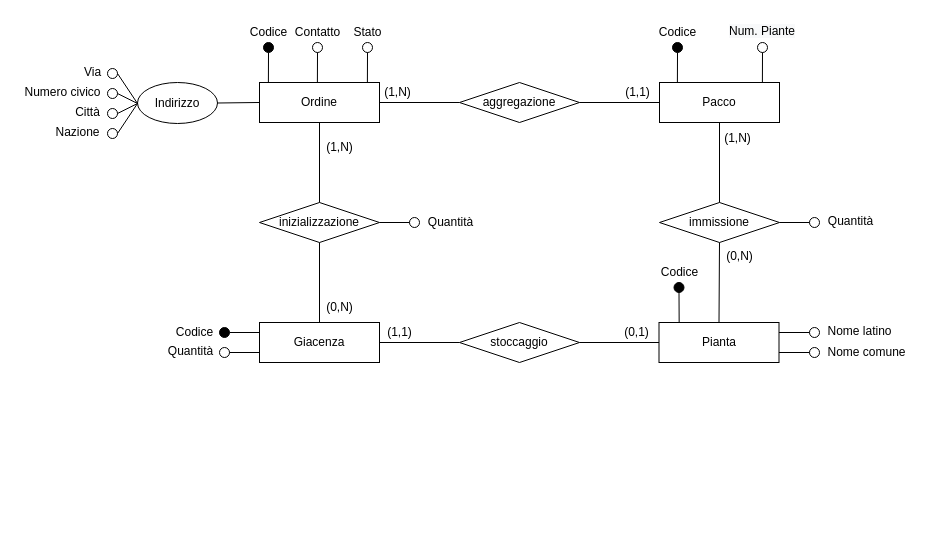
nic-agos/Verde-S.R.L keeps this draw.io diagram as ER-diagrams/ER-Ordine.drawio. Above is the earlier version. Source tidied: cells renumbered, new cells numbered last; positions are measured from the earlier drawing's top-left corner, leaving out a move shared by most shapes. Both pictures are drawn from the tidied source at 100%, with x=0, y=0 at pixel (17, 17).
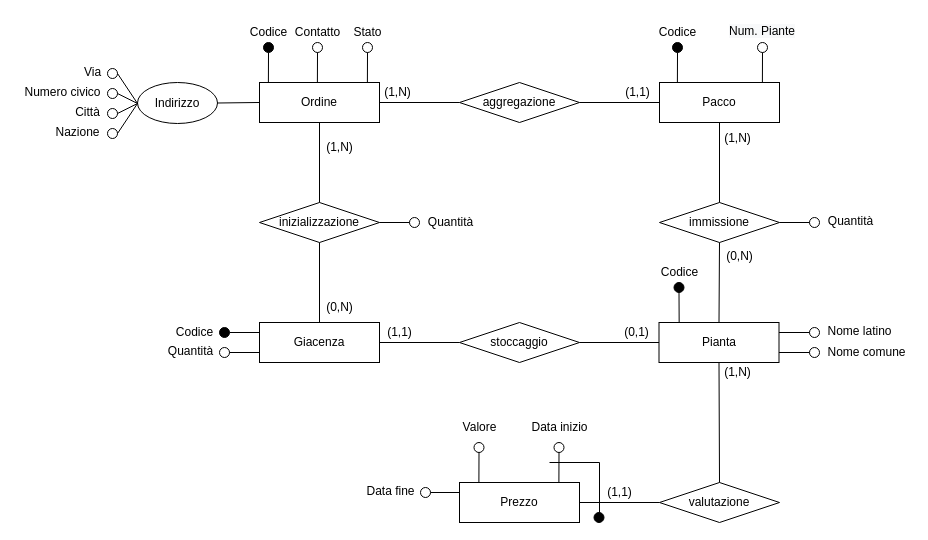
The same page after the edit.

Unchanged cells that the change refers to:
```xml
<mxCell id="60" value="Pianta" style="rounded=0;whiteSpace=wrap;html=1;strokeWidth=1;perimeterSpacing=0;" parent="1" vertex="1">
  <mxGeometry x="641.5" y="305" width="120" height="40" as="geometry" />
</mxCell>
```

Diff of the diagram source:
```diff
@@
+    <mxCell id="76" value="Prezzo" style="rounded=0;whiteSpace=wrap;html=1;strokeWidth=1;perimeterSpacing=0;" parent="1" vertex="1">
+      <mxGeometry x="442" y="465" width="120" height="40" as="geometry" />
+    </mxCell>
+    <mxCell id="77" value="valutazione" style="rhombus;whiteSpace=wrap;html=1;" parent="1" vertex="1">
+      <mxGeometry x="642" y="465" width="120" height="40" as="geometry" />
+    </mxCell>
+    <mxCell id="78" style="endArrow=none;html=1;rounded=0;entryX=1;entryY=0.5;entryDx=0;entryDy=0;exitX=0;exitY=0.5;exitDx=0;exitDy=0;" parent="1" edge="1" source="77" target="76">
+      <mxGeometry relative="1" as="geometry" />
+    </mxCell>
+    <mxCell id="79" style="endArrow=none;html=1;rounded=0;fillColor=#000000;entryX=0.166;entryY=0;entryDx=0;entryDy=0;entryPerimeter=0;exitX=0.5;exitY=1;exitDx=0;exitDy=0;" parent="1" edge="1" source="80">
+      <mxGeometry relative="1" as="geometry">
+        <mxPoint x="461.4" y="465" as="targetPoint" />
+      </mxGeometry>
+    </mxCell>
+    <mxCell id="80" style="ellipse;whiteSpace=wrap;html=1;strokeWidth=1;fillColor=none;" parent="1" vertex="1">
+      <mxGeometry x="456.5" y="425" width="10" height="10" as="geometry" />
+    </mxCell>
+    <mxCell id="81" style="endArrow=none;html=1;rounded=0;fillColor=#000000;entryX=0.166;entryY=0;entryDx=0;entryDy=0;entryPerimeter=0;exitX=0.5;exitY=1;exitDx=0;exitDy=0;" parent="1" edge="1" source="82">
+      <mxGeometry relative="1" as="geometry">
+        <mxPoint x="541.4" y="465" as="targetPoint" />
+      </mxGeometry>
+    </mxCell>
+    <mxCell id="82" style="ellipse;whiteSpace=wrap;html=1;strokeWidth=1;fillColor=none;" parent="1" vertex="1">
+      <mxGeometry x="536.5" y="425" width="10" height="10" as="geometry" />
+    </mxCell>
+    <mxCell id="83" value="Data inizio" style="text;html=1;align=center;verticalAlign=middle;strokeColor=none;fillColor=none;" parent="1" vertex="1">
+      <mxGeometry x="506.5" y="400" width="70" height="20" as="geometry" />
+    </mxCell>
+    <mxCell id="84" value="Valore" style="text;html=1;align=center;verticalAlign=middle;strokeColor=none;fillColor=none;" parent="1" vertex="1">
+      <mxGeometry x="436.5" y="400" width="50" height="20" as="geometry" />
+    </mxCell>
+    <mxCell id="85" style="endArrow=none;html=1;rounded=0;" parent="1" edge="1">
+      <mxGeometry relative="1" as="geometry">
+        <mxPoint x="532" y="445" as="sourcePoint" />
+        <mxPoint x="582" y="495" as="targetPoint" />
+        <Array as="points">
+          <mxPoint x="582" y="445" />
+        </Array>
+      </mxGeometry>
+    </mxCell>
+    <mxCell id="86" style="ellipse;whiteSpace=wrap;html=1;strokeWidth=1;fillColor=#000000;" parent="1" vertex="1">
+      <mxGeometry x="576.5" y="495" width="10" height="10" as="geometry" />
+    </mxCell>
+    <mxCell id="87" value="(1,N)" style="text;html=1;align=center;verticalAlign=middle;strokeColor=none;fillColor=none;" parent="1" vertex="1">
+      <mxGeometry x="700" y="345" width="40" height="20" as="geometry" />
+    </mxCell>
+    <mxCell id="88" value="(1,1)" style="text;html=1;align=center;verticalAlign=middle;strokeColor=none;fillColor=none;" parent="1" vertex="1">
+      <mxGeometry x="582" y="465" width="40" height="20" as="geometry" />
+    </mxCell>
+    <mxCell id="89" style="ellipse;whiteSpace=wrap;html=1;strokeWidth=1;fillColor=none;" parent="1" vertex="1">
+      <mxGeometry x="403" y="470" width="10" height="10" as="geometry" />
+    </mxCell>
+    <mxCell id="90" style="endArrow=none;html=1;rounded=0;exitX=1;exitY=0.5;exitDx=0;exitDy=0;entryX=0;entryY=0.25;entryDx=0;entryDy=0;" parent="1" edge="1" source="89" target="76">
+      <mxGeometry relative="1" as="geometry" />
+    </mxCell>
+    <mxCell id="91" value="Data fine" style="text;html=1;align=center;verticalAlign=middle;strokeColor=none;fillColor=none;" parent="1" vertex="1">
+      <mxGeometry x="343" y="464" width="60" height="20" as="geometry" />
+    </mxCell>
+    <mxCell id="92" style="endArrow=none;html=1;rounded=0;exitX=0.5;exitY=0;exitDx=0;exitDy=0;entryX=0.5;entryY=1;entryDx=0;entryDy=0;" parent="1" edge="1" source="77" target="60">
+      <mxGeometry relative="1" as="geometry" />
+    </mxCell>
```
